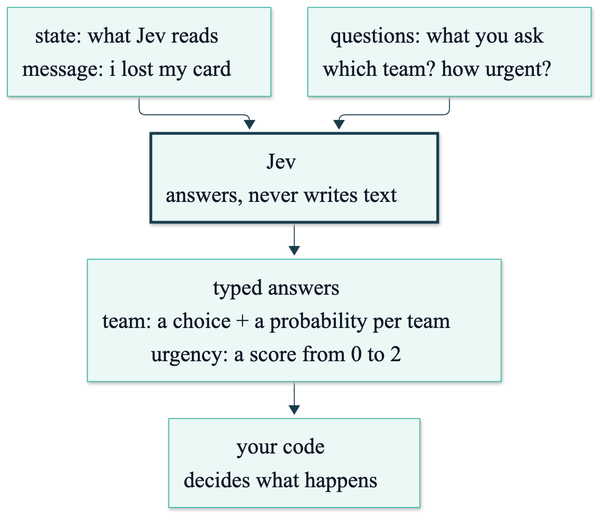
Above: course/diagrams/module_01/what-is-jev.png in axel-sirota/getting_started_jev (Mermaid), before the change. Its source is kept beside it as course/diagrams/module_01/what-is-jev.mmd.
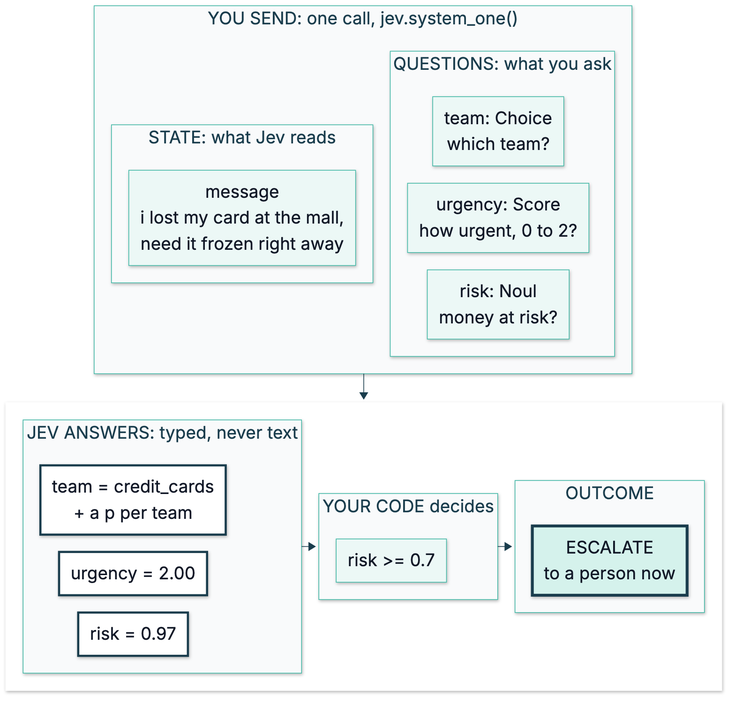
Later version of the same file.

Diff of the diagram source:
```diff
@@ -1,11 +1,43 @@
 %%{init: {"theme": "base", "themeVariables": {"fontFamily": "Inter, sans-serif", "primaryColor": "#ECF8F6", "primaryBorderColor": "#40B8A6", "primaryTextColor": "#111827", "lineColor": "#1A3D4D", "secondaryColor": "#F9FAFB", "tertiaryColor": "#FFFFFF", "clusterBkg": "#F9FAFB", "clusterBorder": "#D1D5DB", "actorBkg": "#ECF8F6", "actorBorder": "#40B8A6", "noteBkgColor": "#FFF6DA", "noteBorderColor": "#E0B84C"}}}%%
-flowchart TD
-  ST["state: what Jev reads<br/>message: i lost my card"]
-  Q["questions: what you ask<br/>which team? how urgent?"]
-  J["Jev<br/>answers, never writes text"]
-  A["typed answers<br/>team: a choice + a probability per team<br/>urgency: a score from 0 to 2"]
-  C["your code<br/>decides what happens"]
-  ST --> J
-  Q --> J
-  J --> A --> C
-  style J stroke:#1A3D4D,stroke-width:3px
+flowchart TB
+  subgraph INPUT["YOU SEND: one call, jev.system_one()"]
+    direction LR
+    subgraph STATE["STATE: what Jev reads"]
+      direction TB
+      S["message<br/>i lost my card at the mall,<br/>need it frozen right away"]
+    end
+    subgraph QUESTIONS["QUESTIONS: what you ask"]
+      direction TB
+      Q1["team: Choice<br/>which team?"]
+      Q2["urgency: Score<br/>how urgent, 0 to 2?"]
+      Q3["risk: Noul<br/>money at risk?"]
+      Q1 ~~~ Q2 ~~~ Q3
+    end
+    STATE ~~~ QUESTIONS
+  end
+  subgraph OUTPUT[" "]
+    direction LR
+    subgraph ANSWERS["JEV ANSWERS: typed, never text"]
+      direction TB
+      A1["team = credit_cards<br/>+ a p per team"]
+      A2["urgency = 2.00"]
+      A3["risk = 0.97"]
+      A1 ~~~ A2 ~~~ A3
+    end
+    subgraph CODE["YOUR CODE decides"]
+      direction TB
+      R["risk >= 0.7"]
+    end
+    subgraph OUTCOME["OUTCOME"]
+      direction TB
+      O["ESCALATE<br/>to a person now"]
+    end
+    ANSWERS --> CODE --> OUTCOME
+  end
+  INPUT --> OUTPUT
+
+  classDef jev fill:#FFFFFF,stroke:#1A3D4D,stroke-width:3px
+  classDef out fill:#D5F2EC,stroke:#1A3D4D,stroke-width:4px
+  class A1,A2,A3 jev
+  class O out
+  style OUTPUT fill:#FFFFFF,stroke:#FFFFFF
```
